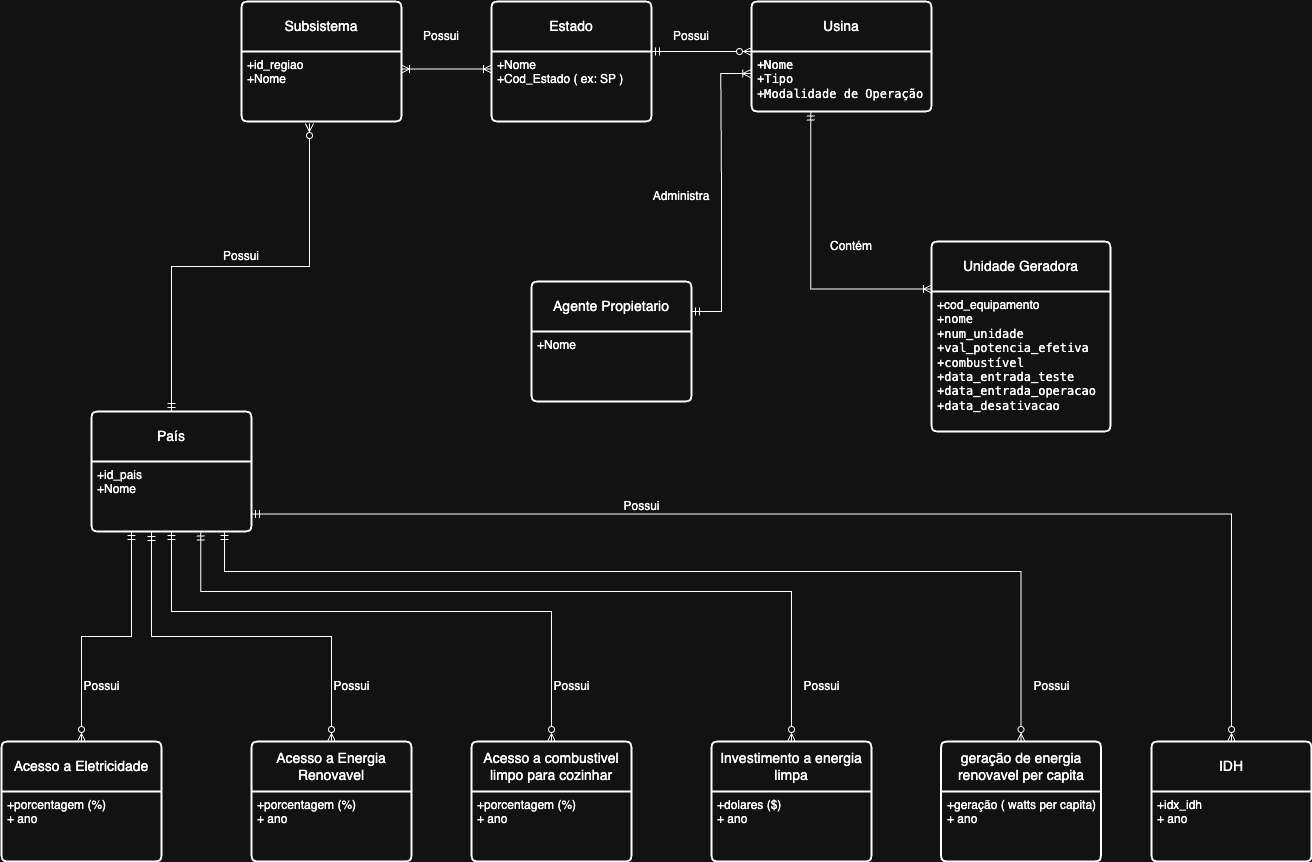
Above: models/Conceptual_Model.png in Pedrovmc04/MC536-Projeto1 (draw.io), before the change. Source tidied: cells renumbered, new cells last; positions are measured from the earlier drawing's top-left corner, leaving out a move shared by most shapes. Source of this version:
```xml
<mxGraphModel>
  <root>
    <mxCell id="0" />
    <mxCell id="1" parent="0" />
    <mxCell id="2" value="Subsistema" style="swimlane;horizontal=1;startSize=50;rounded=1;fontSize=14;fontStyle=0;strokeWidth=2;shadow=0;dashed=0;align=center;arcSize=4;whiteSpace=wrap;html=1;" parent="1" vertex="1">
      <mxGeometry x="240" width="160" height="120" as="geometry" />
    </mxCell>
    <mxCell id="3" value="+id_regiao&lt;div&gt;+Nome&lt;/div&gt;" style="align=left;strokeColor=none;fillColor=none;spacingLeft=4;spacingRight=4;fontSize=12;verticalAlign=top;html=1;whiteSpace=wrap;" parent="2" vertex="1">
      <mxGeometry y="50" width="160" height="70" as="geometry" />
    </mxCell>
    <mxCell id="4" value="Estado" style="swimlane;horizontal=1;startSize=50;rounded=1;fontSize=14;fontStyle=0;strokeWidth=2;shadow=0;dashed=0;align=center;arcSize=4;whiteSpace=wrap;html=1;" parent="1" vertex="1">
      <mxGeometry x="490" width="160" height="120" as="geometry" />
    </mxCell>
    <mxCell id="5" value="&lt;div&gt;+Nome&lt;/div&gt;&lt;div&gt;+Cod_Estado ( ex: SP )&lt;/div&gt;" style="align=left;strokeColor=none;fillColor=none;spacingLeft=4;spacingRight=4;fontSize=12;verticalAlign=top;html=1;whiteSpace=wrap;" parent="4" vertex="1">
      <mxGeometry y="50" width="160" height="70" as="geometry" />
    </mxCell>
    <mxCell id="6" value="&lt;div&gt;Usina&lt;/div&gt;" style="swimlane;horizontal=1;startSize=50;rounded=1;fontSize=14;fontStyle=0;strokeWidth=2;shadow=0;dashed=0;align=center;arcSize=4;whiteSpace=wrap;html=1;" parent="1" vertex="1">
      <mxGeometry x="750" width="180" height="110" as="geometry" />
    </mxCell>
    <mxCell id="7" value="&lt;div&gt;&lt;code&gt;+Nome&lt;/code&gt;&lt;/div&gt;&lt;div&gt;&lt;font face=&quot;monospace&quot;&gt;+Tipo&lt;/font&gt;&lt;/div&gt;&lt;div&gt;&lt;font face=&quot;monospace&quot;&gt;+Modalidade de Operação&lt;/font&gt;&lt;/div&gt;&lt;div&gt;&lt;code&gt;&lt;br&gt;&lt;/code&gt;&lt;/div&gt;" style="align=left;strokeColor=none;fillColor=none;spacingLeft=4;spacingRight=4;fontSize=12;verticalAlign=top;html=1;whiteSpace=wrap;" parent="6" vertex="1">
      <mxGeometry y="50" width="180" height="60" as="geometry" />
    </mxCell>
    <mxCell id="8" value="Unidade Geradora" style="swimlane;horizontal=1;startSize=50;rounded=1;fontSize=14;fontStyle=0;strokeWidth=2;shadow=0;dashed=0;align=center;arcSize=4;whiteSpace=wrap;html=1;" parent="1" vertex="1">
      <mxGeometry x="930" y="240" width="179" height="190" as="geometry" />
    </mxCell>
    <mxCell id="9" value="&lt;div&gt;+cod_equipamento&lt;/div&gt;&lt;div&gt;+&lt;code&gt;nome&lt;br&gt;&lt;/code&gt;&lt;/div&gt;&lt;div&gt;&lt;code&gt;+&lt;/code&gt;&lt;code&gt;num_unidade&lt;/code&gt;&lt;/div&gt;&lt;div&gt;&lt;code&gt;+&lt;/code&gt;&lt;code&gt;val_potencia_efetiva&lt;/code&gt;&lt;code&gt;&lt;/code&gt;&lt;/div&gt;&lt;div&gt;&lt;code&gt;+combustível&lt;/code&gt;&lt;/div&gt;&lt;div&gt;&lt;div&gt;&lt;div&gt;&lt;code&gt;+&lt;/code&gt;&lt;code&gt;data_entrada_teste&lt;/code&gt;&lt;/div&gt;&lt;div&gt;&lt;code&gt;+&lt;/code&gt;&lt;code&gt;data_entrada_operacao&lt;/code&gt;&lt;/div&gt;&lt;div&gt;&lt;code&gt;+&lt;/code&gt;&lt;code&gt;data_desativacao&lt;/code&gt;&lt;/div&gt;&lt;/div&gt;&lt;/div&gt;" style="align=left;strokeColor=none;fillColor=none;spacingLeft=4;spacingRight=4;fontSize=12;verticalAlign=top;html=1;whiteSpace=wrap;" parent="8" vertex="1">
      <mxGeometry y="50" width="179" height="140" as="geometry" />
    </mxCell>
    <mxCell id="10" value="Agente Propietario" style="swimlane;horizontal=1;startSize=50;rounded=1;fontSize=14;fontStyle=0;strokeWidth=2;shadow=0;dashed=0;align=center;arcSize=4;whiteSpace=wrap;html=1;" parent="1" vertex="1">
      <mxGeometry x="530" y="280" width="160" height="120" as="geometry" />
    </mxCell>
    <mxCell id="11" value="&lt;div&gt;+Nome&lt;/div&gt;&lt;div&gt;&lt;br&gt;&lt;/div&gt;" style="align=left;strokeColor=none;fillColor=none;spacingLeft=4;spacingRight=4;fontSize=12;verticalAlign=top;html=1;whiteSpace=wrap;" parent="10" vertex="1">
      <mxGeometry y="50" width="160" height="70" as="geometry" />
    </mxCell>
    <mxCell id="12" value="&lt;div&gt;País&lt;/div&gt;" style="swimlane;horizontal=1;startSize=50;rounded=1;fontSize=14;fontStyle=0;strokeWidth=2;shadow=0;dashed=0;align=center;arcSize=4;whiteSpace=wrap;html=1;" parent="1" vertex="1">
      <mxGeometry x="90" y="410" width="160" height="120" as="geometry" />
    </mxCell>
    <mxCell id="13" value="&lt;div&gt;+id_pais&lt;/div&gt;+Nome" style="align=left;strokeColor=none;fillColor=none;spacingLeft=4;spacingRight=4;fontSize=12;verticalAlign=top;html=1;whiteSpace=wrap;" parent="12" vertex="1">
      <mxGeometry y="50" width="160" height="70" as="geometry" />
    </mxCell>
    <mxCell id="14" value="Acesso a Eletricidade" style="swimlane;horizontal=1;startSize=50;rounded=1;fontSize=14;fontStyle=0;strokeWidth=2;shadow=0;dashed=0;align=center;arcSize=4;whiteSpace=wrap;html=1;" parent="1" vertex="1">
      <mxGeometry y="740" width="160" height="120" as="geometry" />
    </mxCell>
    <mxCell id="15" value="+porcentagem (%)&lt;div&gt;+ ano&lt;/div&gt;" style="align=left;strokeColor=none;fillColor=none;spacingLeft=4;spacingRight=4;fontSize=12;verticalAlign=top;html=1;whiteSpace=wrap;" parent="14" vertex="1">
      <mxGeometry y="50" width="160" height="70" as="geometry" />
    </mxCell>
    <mxCell id="16" value="Acesso a Energia Renovavel" style="swimlane;horizontal=1;startSize=50;rounded=1;fontSize=14;fontStyle=0;strokeWidth=2;shadow=0;dashed=0;align=center;arcSize=4;whiteSpace=wrap;html=1;" parent="1" vertex="1">
      <mxGeometry x="250" y="740" width="160" height="120" as="geometry" />
    </mxCell>
    <mxCell id="17" value="+porcentagem (%)&lt;div&gt;+ ano&lt;/div&gt;" style="align=left;strokeColor=none;fillColor=none;spacingLeft=4;spacingRight=4;fontSize=12;verticalAlign=top;html=1;whiteSpace=wrap;" parent="16" vertex="1">
      <mxGeometry y="50" width="160" height="70" as="geometry" />
    </mxCell>
    <mxCell id="18" value="Acesso a combustivel limpo para cozinhar" style="swimlane;horizontal=1;startSize=50;rounded=1;fontSize=14;fontStyle=0;strokeWidth=2;shadow=0;dashed=0;align=center;arcSize=4;whiteSpace=wrap;html=1;" parent="1" vertex="1">
      <mxGeometry x="470" y="740" width="160" height="120" as="geometry" />
    </mxCell>
    <mxCell id="19" value="+porcentagem (%)&lt;div&gt;+ ano&lt;/div&gt;" style="align=left;strokeColor=none;fillColor=none;spacingLeft=4;spacingRight=4;fontSize=12;verticalAlign=top;html=1;whiteSpace=wrap;" parent="18" vertex="1">
      <mxGeometry y="50" width="160" height="70" as="geometry" />
    </mxCell>
    <mxCell id="20" value="Investimento a energia limpa" style="swimlane;horizontal=1;startSize=50;rounded=1;fontSize=14;fontStyle=0;strokeWidth=2;shadow=0;dashed=0;align=center;arcSize=4;whiteSpace=wrap;html=1;" parent="1" vertex="1">
      <mxGeometry x="710" y="740" width="160" height="120" as="geometry" />
    </mxCell>
    <mxCell id="21" value="+dolares ($)&lt;div&gt;+ ano&lt;/div&gt;" style="align=left;strokeColor=none;fillColor=none;spacingLeft=4;spacingRight=4;fontSize=12;verticalAlign=top;html=1;whiteSpace=wrap;" parent="20" vertex="1">
      <mxGeometry y="50" width="160" height="70" as="geometry" />
    </mxCell>
    <mxCell id="22" value="geração de energia renovavel per capita" style="swimlane;horizontal=1;startSize=50;rounded=1;fontSize=14;fontStyle=0;strokeWidth=2;shadow=0;dashed=0;align=center;arcSize=4;whiteSpace=wrap;html=1;" parent="1" vertex="1">
      <mxGeometry x="939.5" y="740" width="160" height="120" as="geometry" />
    </mxCell>
    <mxCell id="23" value="+geração ( watts per capita)&lt;div&gt;+ ano&lt;/div&gt;" style="align=left;strokeColor=none;fillColor=none;spacingLeft=4;spacingRight=4;fontSize=12;verticalAlign=top;html=1;whiteSpace=wrap;" parent="22" vertex="1">
      <mxGeometry y="50" width="160" height="70" as="geometry" />
    </mxCell>
    <mxCell id="24" value="Possui" style="text;html=1;align=center;verticalAlign=middle;whiteSpace=wrap;rounded=0;" parent="1" vertex="1">
      <mxGeometry x="210" y="240" width="60" height="30" as="geometry" />
    </mxCell>
    <mxCell id="25" value="Possui" style="text;html=1;align=center;verticalAlign=middle;whiteSpace=wrap;rounded=0;" parent="1" vertex="1">
      <mxGeometry x="410" y="20" width="60" height="30" as="geometry" />
    </mxCell>
    <mxCell id="26" value="Possui" style="text;html=1;align=center;verticalAlign=middle;whiteSpace=wrap;rounded=0;" parent="1" vertex="1">
      <mxGeometry x="660" y="20" width="60" height="30" as="geometry" />
    </mxCell>
    <mxCell id="27" value="Contém" style="text;html=1;align=center;verticalAlign=middle;whiteSpace=wrap;rounded=0;" parent="1" vertex="1">
      <mxGeometry x="820" y="230" width="60" height="30" as="geometry" />
    </mxCell>
    <mxCell id="28" value="Administra" style="text;html=1;align=center;verticalAlign=middle;whiteSpace=wrap;rounded=0;" parent="1" vertex="1">
      <mxGeometry x="650" y="180" width="60" height="30" as="geometry" />
    </mxCell>
    <mxCell id="29" value="IDH" style="swimlane;horizontal=1;startSize=50;rounded=1;fontSize=14;fontStyle=0;strokeWidth=2;shadow=0;dashed=0;align=center;arcSize=4;whiteSpace=wrap;html=1;" parent="1" vertex="1">
      <mxGeometry x="1150" y="740" width="160" height="120" as="geometry" />
    </mxCell>
    <mxCell id="30" value="+idx_idh&lt;br&gt;&lt;div&gt;+ ano&lt;/div&gt;" style="align=left;strokeColor=none;fillColor=none;spacingLeft=4;spacingRight=4;fontSize=12;verticalAlign=top;html=1;whiteSpace=wrap;" parent="29" vertex="1">
      <mxGeometry y="50" width="160" height="70" as="geometry" />
    </mxCell>
    <mxCell id="31" style="edgeStyle=orthogonalEdgeStyle;fontSize=12;html=1;endArrow=ERzeroToMany;startArrow=ERmandOne;rounded=0;exitX=0.25;exitY=1;exitDx=0;exitDy=0;entryX=0.5;entryY=0;entryDx=0;entryDy=0;" parent="1" edge="1" source="13" target="14">
      <mxGeometry relative="1" as="geometry" />
    </mxCell>
    <mxCell id="32" style="edgeStyle=orthogonalEdgeStyle;fontSize=12;html=1;endArrow=ERzeroToMany;startArrow=ERmandOne;rounded=0;exitX=0.375;exitY=1.014;exitDx=0;exitDy=0;entryX=0.5;entryY=0;entryDx=0;entryDy=0;exitPerimeter=0;" parent="1" edge="1" source="13" target="16">
      <mxGeometry relative="1" as="geometry" />
    </mxCell>
    <mxCell id="33" style="edgeStyle=orthogonalEdgeStyle;fontSize=12;html=1;endArrow=ERzeroToMany;startArrow=ERmandOne;rounded=0;exitX=0.5;exitY=1;exitDx=0;exitDy=0;" parent="1" edge="1" source="13" target="18">
      <mxGeometry relative="1" as="geometry">
        <Array as="points">
          <mxPoint x="170" y="610" />
          <mxPoint x="550" y="610" />
        </Array>
      </mxGeometry>
    </mxCell>
    <mxCell id="34" style="edgeStyle=orthogonalEdgeStyle;fontSize=12;html=1;endArrow=ERzeroToMany;startArrow=ERmandOne;rounded=0;exitX=0.683;exitY=1.007;exitDx=0;exitDy=0;entryX=0.5;entryY=0;entryDx=0;entryDy=0;exitPerimeter=0;" parent="1" edge="1" source="13" target="20">
      <mxGeometry relative="1" as="geometry">
        <Array as="points">
          <mxPoint x="199" y="590" />
          <mxPoint x="790" y="590" />
        </Array>
      </mxGeometry>
    </mxCell>
    <mxCell id="35" style="edgeStyle=orthogonalEdgeStyle;fontSize=12;html=1;endArrow=ERzeroToMany;startArrow=ERmandOne;rounded=0;entryX=0.5;entryY=0;entryDx=0;entryDy=0;" parent="1" edge="1" target="22">
      <mxGeometry relative="1" as="geometry">
        <mxPoint x="223" y="530" as="sourcePoint" />
        <Array as="points">
          <mxPoint x="223" y="531" />
          <mxPoint x="223" y="570" />
          <mxPoint x="1020" y="570" />
        </Array>
      </mxGeometry>
    </mxCell>
    <mxCell id="36" style="edgeStyle=orthogonalEdgeStyle;fontSize=12;html=1;endArrow=ERzeroToMany;startArrow=ERmandOne;rounded=0;exitX=1;exitY=0.75;exitDx=0;exitDy=0;entryX=0.5;entryY=0;entryDx=0;entryDy=0;" parent="1" edge="1" source="13" target="29">
      <mxGeometry relative="1" as="geometry" />
    </mxCell>
    <mxCell id="37" style="edgeStyle=entityRelationEdgeStyle;fontSize=12;html=1;endArrow=ERoneToMany;startArrow=ERmandOne;rounded=0;exitX=1;exitY=0.25;exitDx=0;exitDy=0;entryX=-0.004;entryY=0.367;entryDx=0;entryDy=0;entryPerimeter=0;" parent="1" edge="1" source="10" target="7">
      <mxGeometry relative="1" as="geometry" />
    </mxCell>
    <mxCell id="38" style="edgeStyle=entityRelationEdgeStyle;fontSize=12;html=1;endArrow=ERzeroToMany;startArrow=ERmandOne;rounded=0;entryX=0;entryY=0;entryDx=0;entryDy=0;exitX=1;exitY=0;exitDx=0;exitDy=0;" parent="1" edge="1" source="5" target="7">
      <mxGeometry relative="1" as="geometry" />
    </mxCell>
    <mxCell id="39" style="edgeStyle=orthogonalEdgeStyle;fontSize=12;html=1;endArrow=ERoneToMany;startArrow=ERmandOne;rounded=0;exitX=0.329;exitY=1.01;exitDx=0;exitDy=0;entryX=0;entryY=0.25;entryDx=0;entryDy=0;exitPerimeter=0;" parent="1" edge="1" source="7" target="8">
      <mxGeometry relative="1" as="geometry" />
    </mxCell>
    <mxCell id="40" value="&lt;div&gt;Possui&lt;/div&gt;" style="text;html=1;align=center;verticalAlign=middle;strokeColor=none;fillColor=none;" parent="1" vertex="1">
      <mxGeometry x="610" y="490" width="60" height="30" as="geometry" />
    </mxCell>
    <mxCell id="41" style="fontSize=12;html=1;endArrow=ERzeroToMany;startArrow=ERmandOne;rounded=0;exitX=0.5;exitY=0;exitDx=0;exitDy=0;edgeStyle=orthogonalEdgeStyle;entryX=0.425;entryY=1.029;entryDx=0;entryDy=0;entryPerimeter=0;" parent="1" edge="1" source="12" target="3">
      <mxGeometry relative="1" as="geometry" />
    </mxCell>
    <mxCell id="42" value="&lt;div&gt;Possui&lt;/div&gt;" style="text;html=1;align=center;verticalAlign=middle;strokeColor=none;fillColor=none;" parent="1" vertex="1">
      <mxGeometry x="1020" y="670" width="60" height="30" as="geometry" />
    </mxCell>
    <mxCell id="43" value="&lt;div&gt;Possui&lt;/div&gt;" style="text;html=1;align=center;verticalAlign=middle;strokeColor=none;fillColor=none;" parent="1" vertex="1">
      <mxGeometry x="790" y="670" width="60" height="30" as="geometry" />
    </mxCell>
    <mxCell id="44" value="&lt;div&gt;Possui&lt;/div&gt;" style="text;html=1;align=center;verticalAlign=middle;strokeColor=none;fillColor=none;" parent="1" vertex="1">
      <mxGeometry x="540" y="670" width="60" height="30" as="geometry" />
    </mxCell>
    <mxCell id="45" value="&lt;div&gt;Possui&lt;/div&gt;" style="text;html=1;align=center;verticalAlign=middle;strokeColor=none;fillColor=none;" parent="1" vertex="1">
      <mxGeometry x="320" y="670" width="60" height="30" as="geometry" />
    </mxCell>
    <mxCell id="46" value="&lt;div&gt;Possui&lt;/div&gt;" style="text;html=1;align=center;verticalAlign=middle;strokeColor=none;fillColor=none;" parent="1" vertex="1">
      <mxGeometry x="70" y="670" width="60" height="30" as="geometry" />
    </mxCell>
    <mxCell id="47" style="edgeStyle=entityRelationEdgeStyle;fontSize=12;html=1;endArrow=ERoneToMany;startArrow=ERoneToMany;rounded=0;entryX=0;entryY=0.25;entryDx=0;entryDy=0;exitX=1;exitY=0.25;exitDx=0;exitDy=0;" parent="1" edge="1" source="3" target="5">
      <mxGeometry relative="1" as="geometry" />
    </mxCell>
  </root>
</mxGraphModel>
```
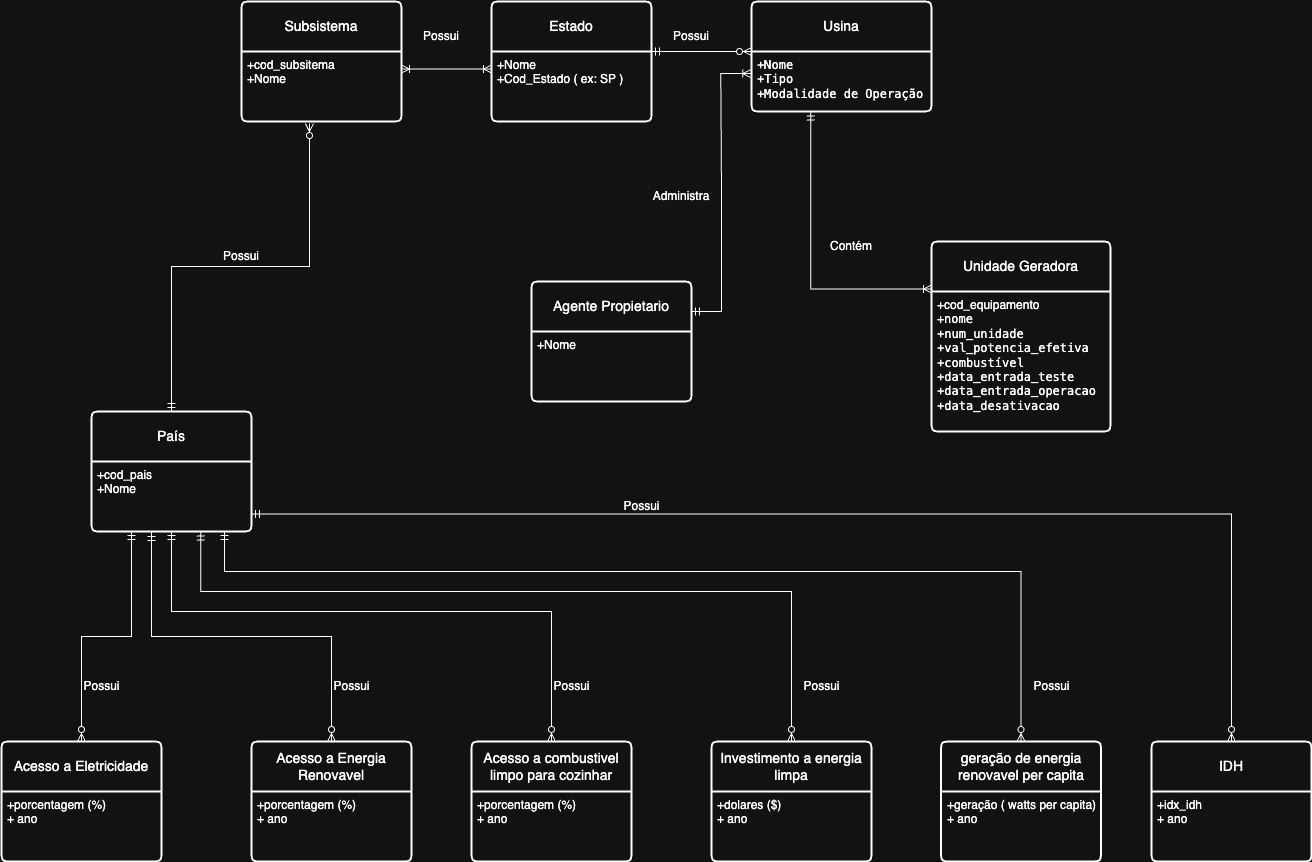
The same file after the commit.

Commit message:
fix conceptual and relation models

What changed in the source:
```diff
@@ -5,7 +5,7 @@
     <mxCell id="2" value="Subsistema" style="swimlane;horizontal=1;startSize=50;rounded=1;fontSize=14;fontStyle=0;strokeWidth=2;shadow=0;dashed=0;align=center;arcSize=4;whiteSpace=wrap;html=1;" parent="1" vertex="1">
       <mxGeometry x="240" width="160" height="120" as="geometry" />
     </mxCell>
-    <mxCell id="3" value="+id_regiao&lt;div&gt;+Nome&lt;/div&gt;" style="align=left;strokeColor=none;fillColor=none;spacingLeft=4;spacingRight=4;fontSize=12;verticalAlign=top;html=1;whiteSpace=wrap;" parent="2" vertex="1">
+    <mxCell id="3" value="+cod_subsitema&lt;div&gt;+Nome&lt;/div&gt;" style="align=left;strokeColor=none;fillColor=none;spacingLeft=4;spacingRight=4;fontSize=12;verticalAlign=top;html=1;whiteSpace=wrap;" parent="2" vertex="1">
       <mxGeometry y="50" width="160" height="70" as="geometry" />
     </mxCell>
     <mxCell id="4" value="Estado" style="swimlane;horizontal=1;startSize=50;rounded=1;fontSize=14;fontStyle=0;strokeWidth=2;shadow=0;dashed=0;align=center;arcSize=4;whiteSpace=wrap;html=1;" parent="1" vertex="1">
@@ -35,7 +35,7 @@
     <mxCell id="12" value="&lt;div&gt;País&lt;/div&gt;" style="swimlane;horizontal=1;startSize=50;rounded=1;fontSize=14;fontStyle=0;strokeWidth=2;shadow=0;dashed=0;align=center;arcSize=4;whiteSpace=wrap;html=1;" parent="1" vertex="1">
       <mxGeometry x="90" y="410" width="160" height="120" as="geometry" />
     </mxCell>
-    <mxCell id="13" value="&lt;div&gt;+id_pais&lt;/div&gt;+Nome" style="align=left;strokeColor=none;fillColor=none;spacingLeft=4;spacingRight=4;fontSize=12;verticalAlign=top;html=1;whiteSpace=wrap;" parent="12" vertex="1">
+    <mxCell id="13" value="&lt;div&gt;+cod_pais&lt;/div&gt;+Nome" style="align=left;strokeColor=none;fillColor=none;spacingLeft=4;spacingRight=4;fontSize=12;verticalAlign=top;html=1;whiteSpace=wrap;" parent="12" vertex="1">
       <mxGeometry y="50" width="160" height="70" as="geometry" />
     </mxCell>
     <mxCell id="14" value="Acesso a Eletricidade" style="swimlane;horizontal=1;startSize=50;rounded=1;fontSize=14;fontStyle=0;strokeWidth=2;shadow=0;dashed=0;align=center;arcSize=4;whiteSpace=wrap;html=1;" parent="1" vertex="1">
```
